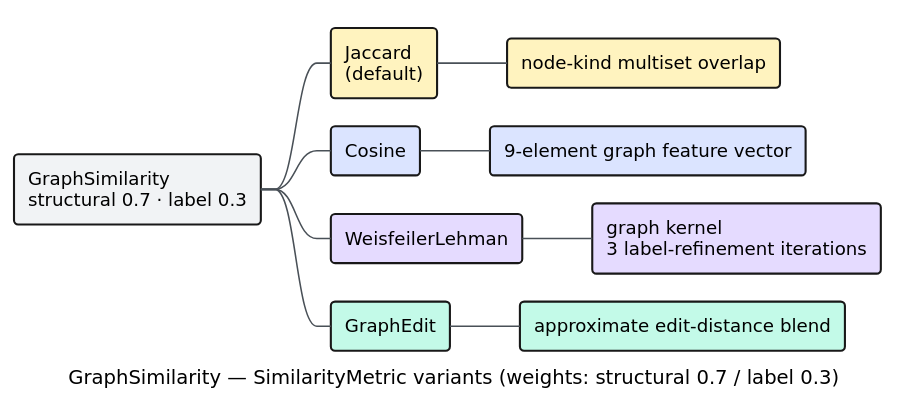
Earlier version of the PlantUML export docs/diagrams/similarity-metrics.svg (vinary-tree/libcpg). Its source is kept beside it as docs/diagrams/similarity-metrics.puml. The source it was exported from:
```plantuml
@startmindmap
!include _libcpg-theme.iuml
caption GraphSimilarity — SimilarityMetric variants (weights: structural 0.7 / label 0.3)
*[#F1F3F5] GraphSimilarity\nstructural 0.7 · label 0.3
**[#FFF3BF] Jaccard\n(default)
***[#FFF3BF] node-kind multiset overlap
**[#DBE4FF] Cosine
***[#DBE4FF] 9-element graph feature vector
**[#E5DBFF] WeisfeilerLehman
***[#E5DBFF] graph kernel\n3 label-refinement iterations
**[#C3FAE8] GraphEdit
***[#C3FAE8] approximate edit-distance blend
@endmindmap
```
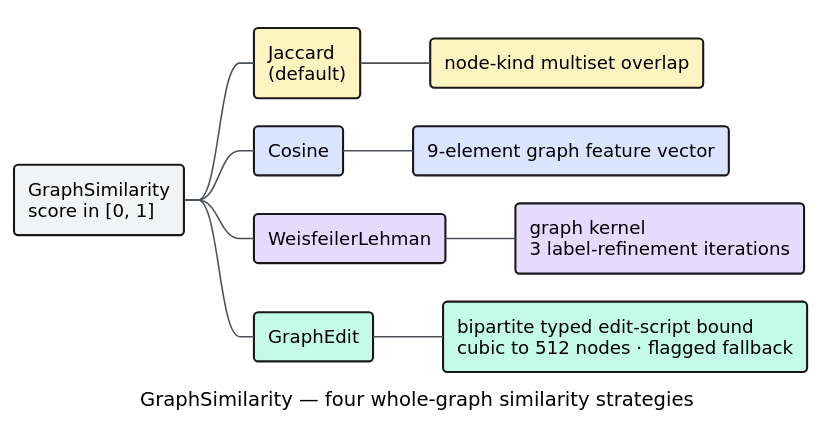
After the change.

What changed in the source:
```diff
@@ -1,7 +1,7 @@
 @startmindmap
 !include _libcpg-theme.iuml
-caption GraphSimilarity — SimilarityMetric variants (weights: structural 0.7 / label 0.3)
-*[#F1F3F5] GraphSimilarity\nstructural 0.7 · label 0.3
+caption GraphSimilarity — four whole-graph similarity strategies
+*[#F1F3F5] GraphSimilarity\nscore in [0, 1]
 **[#FFF3BF] Jaccard\n(default)
 ***[#FFF3BF] node-kind multiset overlap
 **[#DBE4FF] Cosine
@@ -9,5 +9,5 @@
 **[#E5DBFF] WeisfeilerLehman
 ***[#E5DBFF] graph kernel\n3 label-refinement iterations
 **[#C3FAE8] GraphEdit
-***[#C3FAE8] approximate edit-distance blend
+***[#C3FAE8] bipartite typed edit-script bound\ncubic to 512 nodes · flagged fallback
 @endmindmap
```
